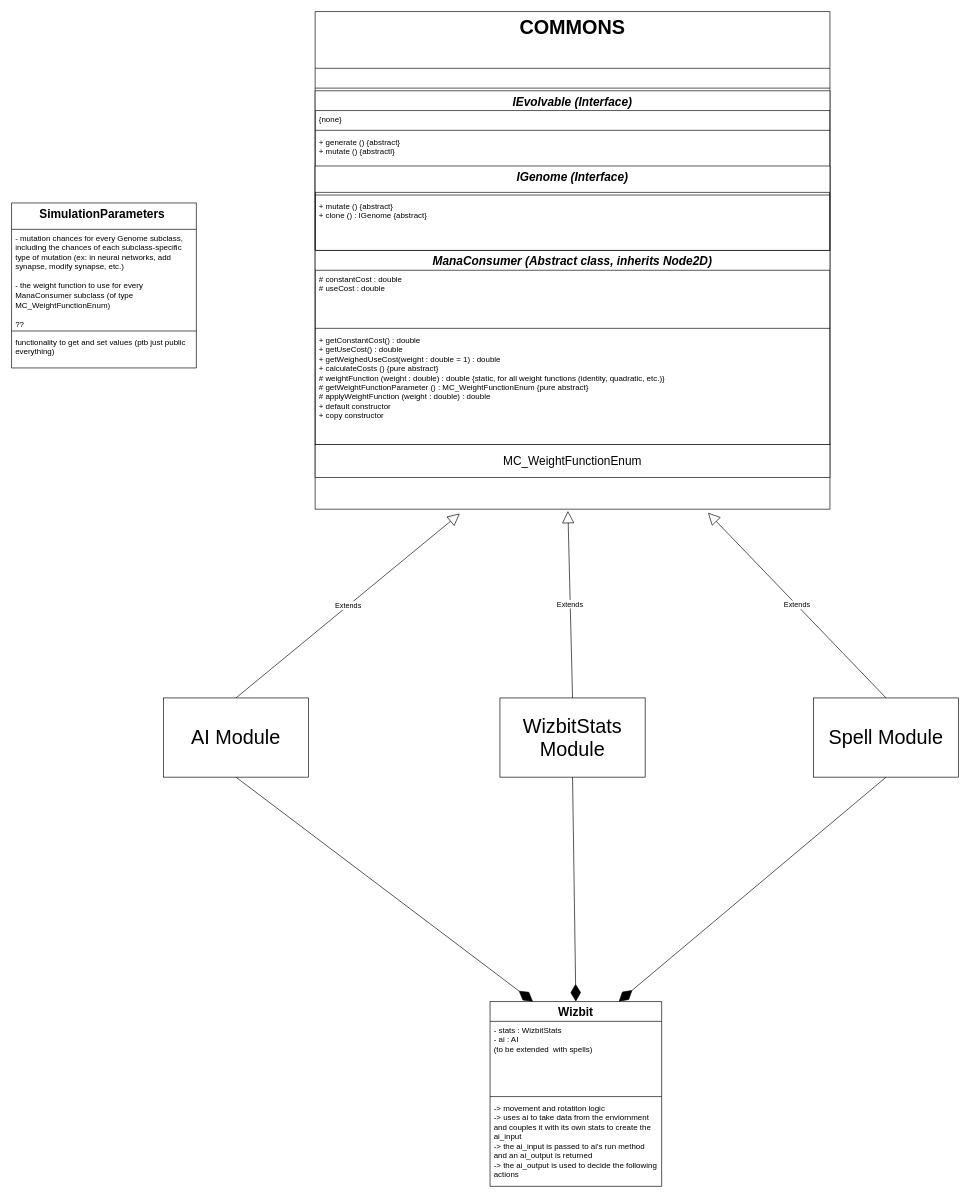
The draw.io diagram project_structure/structure.drawio in anastasia-stefanescu/MagicEvolution, before the edit. Source tidied: cells renumbered, new cells numbered last; positions are measured from the earlier drawing's top-left corner, leaving out a move shared by most shapes. Both pictures are drawn from the tidied source at 66%, with x=0, y=0 at pixel (11, 11).
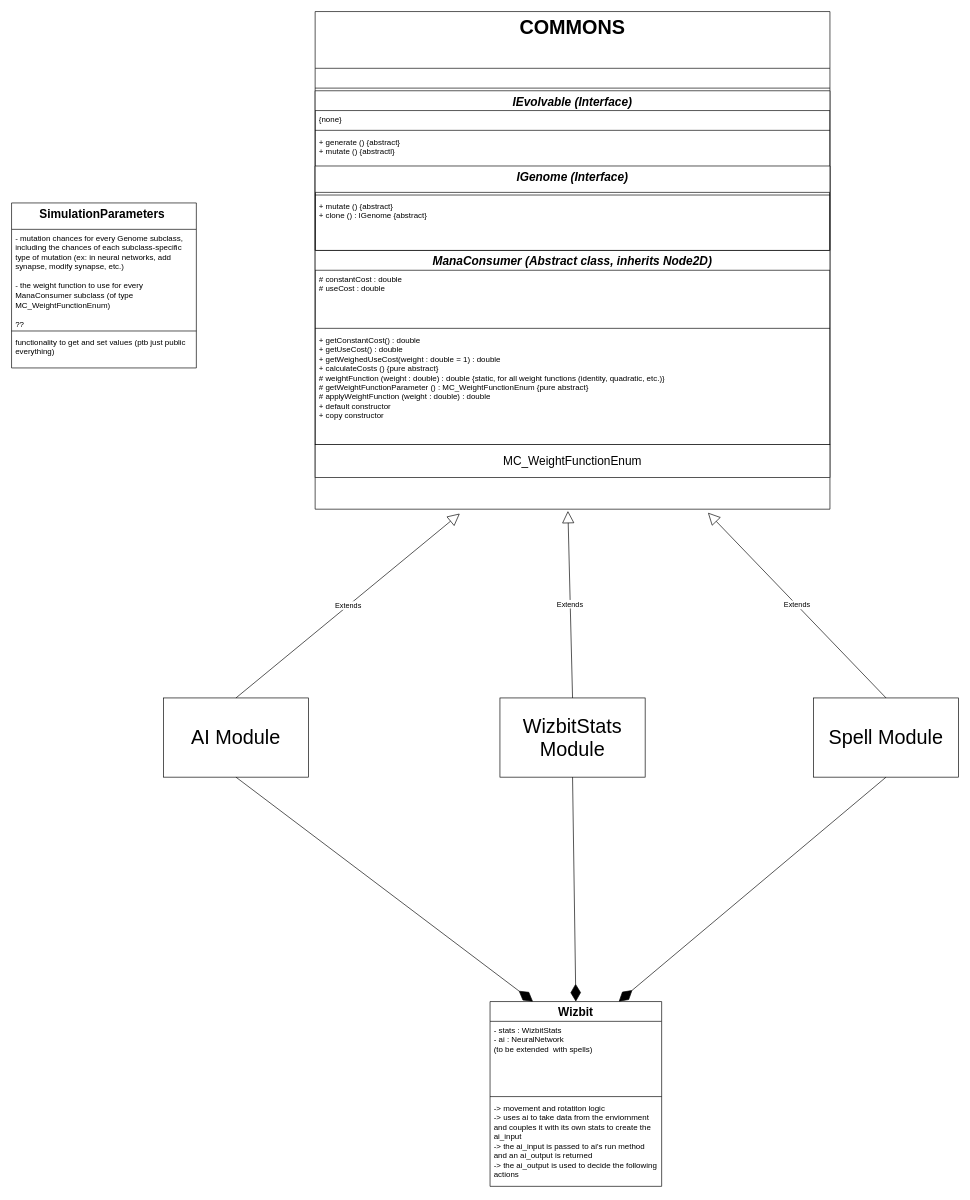
The same page after the edit.

Unchanged cells that the change refers to:
```xml
<mxCell id="2" value="&lt;font style=&quot;font-size: 18px;&quot;&gt;Wizbit&lt;/font&gt;" style="swimlane;fontStyle=1;align=center;verticalAlign=top;horizontal=1;startSize=30;whiteSpace=wrap;html=1;" parent="1" vertex="1">
  <mxGeometry x="725" y="1500" width="260" height="280" as="geometry" />
</mxCell>
```

What changed in the source:
```diff
@@
-    <mxCell id="3" value="- stats : WizbitStats&lt;div&gt;- ai : AI&lt;/div&gt;&lt;div&gt;(to be extended&amp;nbsp; with spells)&lt;/div&gt;&lt;div&gt;&lt;br&gt;&lt;/div&gt;" style="text;strokeColor=none;fillColor=none;align=left;verticalAlign=top;spacingLeft=4;spacingRight=4;overflow=hidden;whiteSpace=wrap;html=1;" parent="2" vertex="1">
+    <mxCell id="3" value="- stats : WizbitStats&lt;div&gt;- ai : NeuralNetwork&lt;/div&gt;&lt;div&gt;(to be extended&amp;nbsp; with spells)&lt;/div&gt;&lt;div&gt;&lt;br&gt;&lt;/div&gt;" style="text;strokeColor=none;fillColor=none;align=left;verticalAlign=top;spacingLeft=4;spacingRight=4;overflow=hidden;whiteSpace=wrap;html=1;" parent="2" vertex="1">
       <mxGeometry y="30" width="260" height="110" as="geometry" />
     </mxCell>
```
